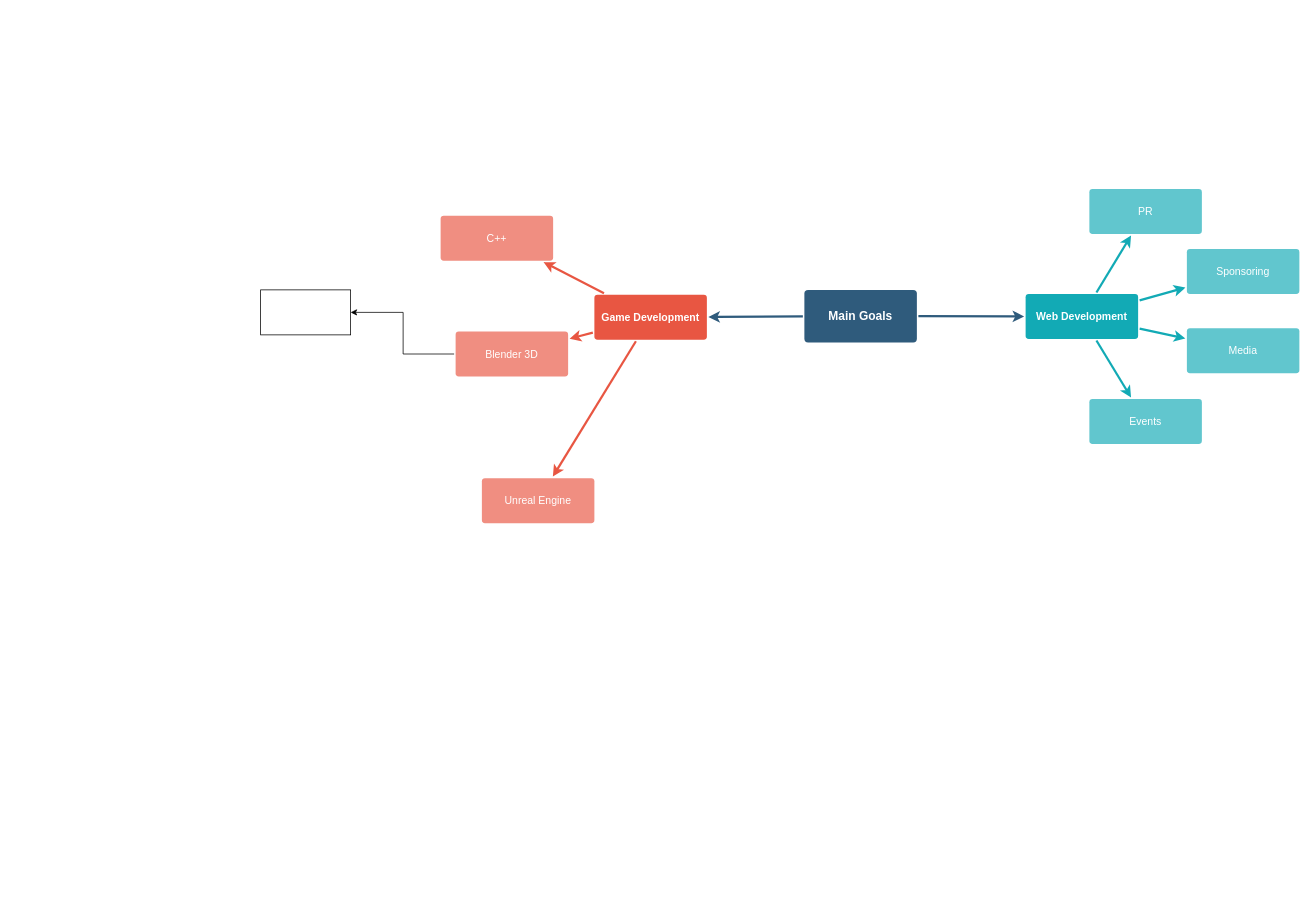
Earlier version of the draw.io diagram Untitled Diagram.drawio (NaufalKusumo/Unreal-Engine). Source tidied: cells renumbered, new cells numbered last; positions are measured from the earlier drawing's top-left corner, leaving out a move shared by most shapes. Both pictures are drawn from the tidied source at 75%, with x=0, y=0 at pixel (260, 188).
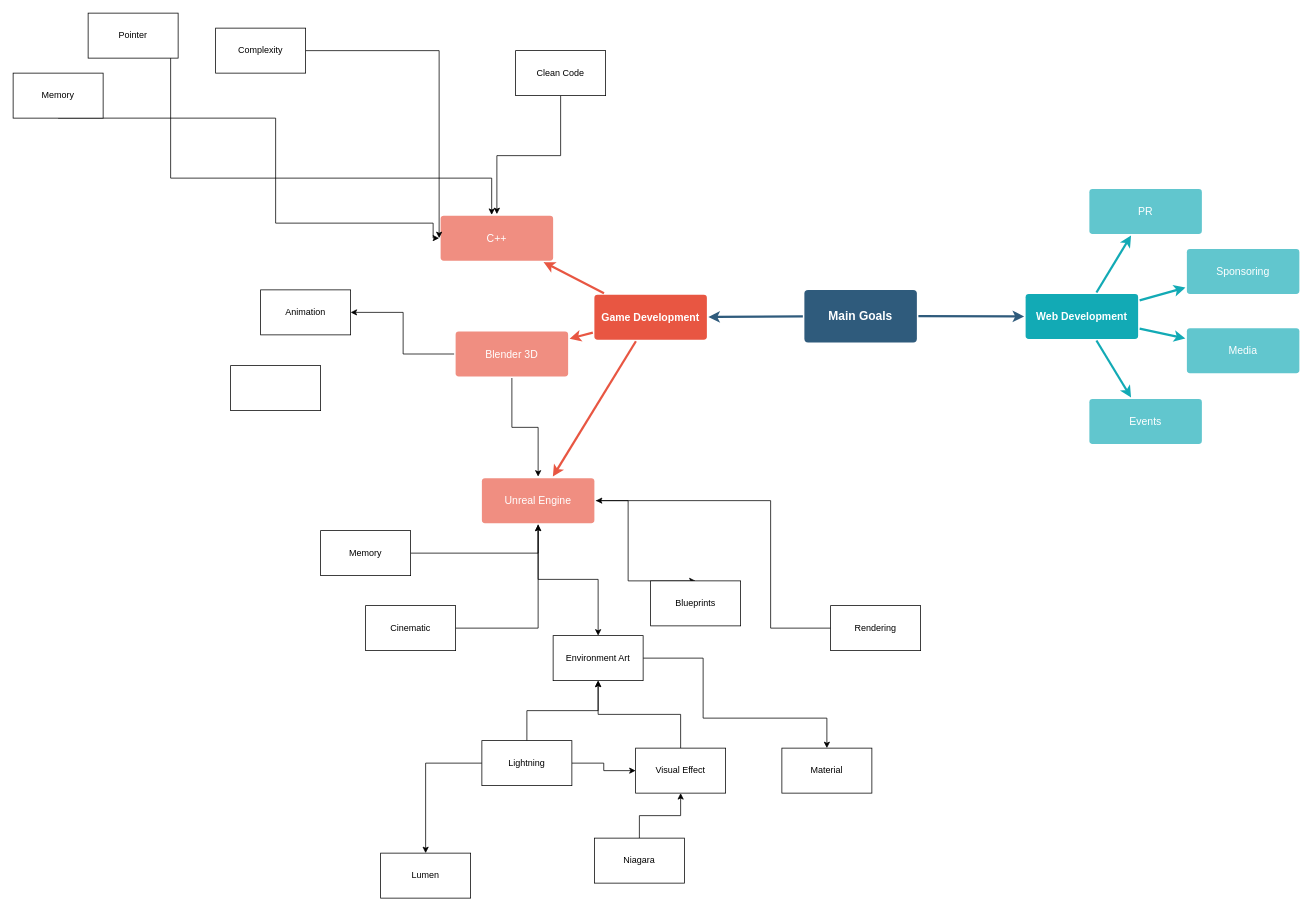
Above is the later version.

Unchanged cells that the change refers to:
```xml
<mxCell id="9" value="Unreal Engine" style="rounded=1;whiteSpace=wrap;html=1;shadow=0;labelBackgroundColor=none;strokeColor=none;strokeWidth=3;fillColor=#f08e81;fontFamily=Helvetica;fontSize=14;fontColor=#FFFFFF;align=center;spacing=5;fontStyle=0;arcSize=7;perimeterSpacing=2;" parent="1" vertex="1">
  <mxGeometry x="295" y="386" width="150" height="60" as="geometry" />
</mxCell>
<mxCell id="11" value="Blender 3D" style="rounded=1;whiteSpace=wrap;html=1;shadow=0;labelBackgroundColor=none;strokeColor=none;strokeWidth=3;fillColor=#f08e81;fontFamily=Helvetica;fontSize=14;fontColor=#FFFFFF;align=center;spacing=5;fontStyle=0;arcSize=7;perimeterSpacing=2;" parent="1" vertex="1">
  <mxGeometry x="260" y="190.5" width="150" height="60" as="geometry" />
</mxCell>
<mxCell id="12" value="C++" style="rounded=1;whiteSpace=wrap;html=1;shadow=0;labelBackgroundColor=none;strokeColor=none;strokeWidth=3;fillColor=#f08e81;fontFamily=Helvetica;fontSize=14;fontColor=#FFFFFF;align=center;spacing=5;fontStyle=0;arcSize=7;perimeterSpacing=2;" parent="1" vertex="1">
  <mxGeometry x="240" y="36" width="150" height="60" as="geometry" />
</mxCell>
```

Diff of the diagram source:
```diff
@@
+    <mxCell id="23" style="edgeStyle=orthogonalEdgeStyle;rounded=0;jettySize=auto;html=1;entryX=0.5;entryY=0;entryDx=0;entryDy=0;" parent="1" edge="1" source="9" target="27">
+      <mxGeometry relative="1" as="geometry" />
+    </mxCell>
+    <mxCell id="24" style="edgeStyle=orthogonalEdgeStyle;rounded=0;jettySize=auto;html=1;entryX=0.5;entryY=0;entryDx=0;entryDy=0;" parent="1" edge="1" source="9" target="51">
+      <mxGeometry relative="1" as="geometry">
+        <Array as="points">
+          <mxPoint x="490" y="416" />
+          <mxPoint x="490" y="523" />
+        </Array>
+      </mxGeometry>
+    </mxCell>
@@
+    <mxCell id="25" style="edgeStyle=orthogonalEdgeStyle;rounded=0;jettySize=auto;html=1;entryX=0.5;entryY=0;entryDx=0;entryDy=0;" parent="1" edge="1" source="11" target="9">
+      <mxGeometry relative="1" as="geometry" />
+    </mxCell>
@@
-    <mxCell id="22" style="rounded=0;whiteSpace=wrap;html=1;" parent="1" vertex="1">
+    <mxCell id="22" value="Animation" style="rounded=0;whiteSpace=wrap;html=1;" parent="1" vertex="1">
       <mxGeometry y="135" width="120" height="60" as="geometry" />
     </mxCell>
+    <mxCell id="26" style="edgeStyle=orthogonalEdgeStyle;rounded=0;jettySize=auto;html=1;entryX=0.5;entryY=0;entryDx=0;entryDy=0;" parent="1" edge="1" source="27" target="50">
+      <mxGeometry relative="1" as="geometry">
+        <Array as="points">
+          <mxPoint x="590" y="626" />
+          <mxPoint x="590" y="706" />
+          <mxPoint x="755" y="706" />
+        </Array>
+      </mxGeometry>
+    </mxCell>
+    <mxCell id="27" value="Environment Art" style="rounded=0;whiteSpace=wrap;html=1;" parent="1" vertex="1">
+      <mxGeometry x="390" y="596" width="120" height="60" as="geometry" />
+    </mxCell>
+    <mxCell id="28" style="edgeStyle=orthogonalEdgeStyle;rounded=0;jettySize=auto;html=1;entryX=0.5;entryY=1;entryDx=0;entryDy=0;" parent="1" edge="1" source="29" target="9">
+      <mxGeometry relative="1" as="geometry" />
+    </mxCell>
+    <mxCell id="29" value="Cinematic" style="rounded=0;whiteSpace=wrap;html=1;" parent="1" vertex="1">
+      <mxGeometry x="140" y="556" width="120" height="60" as="geometry" />
+    </mxCell>
+    <mxCell id="30" style="edgeStyle=orthogonalEdgeStyle;rounded=0;jettySize=auto;html=1;" parent="1" edge="1" source="31" target="9">
+      <mxGeometry relative="1" as="geometry" />
+    </mxCell>
+    <mxCell id="31" value="Memory" style="rounded=0;whiteSpace=wrap;html=1;" parent="1" vertex="1">
+      <mxGeometry x="80" y="456" width="120" height="60" as="geometry" />
+    </mxCell>
+    <mxCell id="32" style="edgeStyle=orthogonalEdgeStyle;rounded=0;jettySize=auto;html=1;exitX=0.5;exitY=1;exitDx=0;exitDy=0;entryX=0;entryY=0.5;entryDx=0;entryDy=0;" parent="1" edge="1" source="33" target="12">
+      <mxGeometry relative="1" as="geometry">
+        <Array as="points">
+          <mxPoint x="20" y="-94" />
+          <mxPoint x="20" y="46" />
+          <mxPoint x="230" y="46" />
+          <mxPoint x="230" y="66" />
+        </Array>
+      </mxGeometry>
+    </mxCell>
+    <mxCell id="33" value="Memory" style="rounded=0;whiteSpace=wrap;html=1;" parent="1" vertex="1">
+      <mxGeometry x="-330" y="-154" width="120" height="60" as="geometry" />
+    </mxCell>
+    <mxCell id="34" value="Pointer" style="rounded=0;whiteSpace=wrap;html=1;" parent="1" vertex="1">
+      <mxGeometry x="-230" y="-234" width="120" height="60" as="geometry" />
+    </mxCell>
+    <mxCell id="35" style="edgeStyle=orthogonalEdgeStyle;rounded=0;jettySize=auto;html=1;entryX=0.455;entryY=0.016;entryDx=0;entryDy=0;entryPerimeter=0;" parent="1" edge="1" source="34" target="12">
+      <mxGeometry relative="1" as="geometry">
+        <Array as="points">
+          <mxPoint x="-120" y="-14" />
+          <mxPoint x="308" y="-14" />
+        </Array>
+      </mxGeometry>
+    </mxCell>
+    <mxCell id="36" style="edgeStyle=orthogonalEdgeStyle;rounded=0;jettySize=auto;html=1;entryX=0.5;entryY=1;entryDx=0;entryDy=0;" parent="1" edge="1" source="39" target="27">
+      <mxGeometry relative="1" as="geometry" />
+    </mxCell>
+    <mxCell id="37" style="edgeStyle=orthogonalEdgeStyle;rounded=0;jettySize=auto;html=1;entryX=0;entryY=0.5;entryDx=0;entryDy=0;" parent="1" edge="1" source="39" target="43">
+      <mxGeometry relative="1" as="geometry" />
+    </mxCell>
+    <mxCell id="38" style="edgeStyle=orthogonalEdgeStyle;rounded=0;jettySize=auto;html=1;entryX=0.5;entryY=0;entryDx=0;entryDy=0;" parent="1" edge="1" source="39" target="41">
+      <mxGeometry relative="1" as="geometry" />
+    </mxCell>
+    <mxCell id="39" value="Lightning" style="rounded=0;whiteSpace=wrap;html=1;" parent="1" vertex="1">
+      <mxGeometry x="295" y="736" width="120" height="60" as="geometry" />
+    </mxCell>
+    <mxCell id="40" style="rounded=0;whiteSpace=wrap;html=1;" parent="1" vertex="1">
+      <mxGeometry x="-40" y="236" width="120" height="60" as="geometry" />
+    </mxCell>
+    <mxCell id="41" value="Lumen" style="rounded=0;whiteSpace=wrap;html=1;" parent="1" vertex="1">
+      <mxGeometry x="160" y="886" width="120" height="60" as="geometry" />
+    </mxCell>
+    <mxCell id="42" style="edgeStyle=orthogonalEdgeStyle;rounded=0;jettySize=auto;html=1;entryX=0.5;entryY=1;entryDx=0;entryDy=0;" parent="1" edge="1" source="43" target="27">
+      <mxGeometry relative="1" as="geometry" />
+    </mxCell>
+    <mxCell id="43" value="Visual Effect" style="rounded=0;whiteSpace=wrap;html=1;" parent="1" vertex="1">
+      <mxGeometry x="500" y="746" width="120" height="60" as="geometry" />
+    </mxCell>
+    <mxCell id="44" style="edgeStyle=orthogonalEdgeStyle;rounded=0;jettySize=auto;html=1;entryX=0.5;entryY=0;entryDx=0;entryDy=0;" parent="1" edge="1" source="45" target="12">
+      <mxGeometry relative="1" as="geometry" />
+    </mxCell>
+    <mxCell id="45" value="Clean Code" style="rounded=0;whiteSpace=wrap;html=1;" parent="1" vertex="1">
+      <mxGeometry x="340" y="-184" width="120" height="60" as="geometry" />
+    </mxCell>
+    <mxCell id="46" style="edgeStyle=orthogonalEdgeStyle;rounded=0;jettySize=auto;html=1;entryX=0;entryY=0.5;entryDx=0;entryDy=0;" parent="1" edge="1" source="47" target="12">
+      <mxGeometry relative="1" as="geometry" />
+    </mxCell>
+    <mxCell id="47" value="Complexity" style="rounded=0;whiteSpace=wrap;html=1;" parent="1" vertex="1">
+      <mxGeometry x="-60" y="-214" width="120" height="60" as="geometry" />
+    </mxCell>
+    <mxCell id="48" style="edgeStyle=orthogonalEdgeStyle;rounded=0;jettySize=auto;html=1;entryX=0.5;entryY=1;entryDx=0;entryDy=0;" parent="1" edge="1" source="49" target="43">
+      <mxGeometry relative="1" as="geometry" />
+    </mxCell>
+    <mxCell id="49" value="Niagara" style="rounded=0;whiteSpace=wrap;html=1;" parent="1" vertex="1">
+      <mxGeometry x="445" y="866" width="120" height="60" as="geometry" />
+    </mxCell>
+    <mxCell id="50" value="Material" style="rounded=0;whiteSpace=wrap;html=1;" parent="1" vertex="1">
+      <mxGeometry x="695" y="746" width="120" height="60" as="geometry" />
+    </mxCell>
+    <mxCell id="51" value="Blueprints" style="rounded=0;whiteSpace=wrap;html=1;" parent="1" vertex="1">
+      <mxGeometry x="520" y="523" width="120" height="60" as="geometry" />
+    </mxCell>
+    <mxCell id="52" style="edgeStyle=orthogonalEdgeStyle;rounded=0;jettySize=auto;html=1;entryX=1;entryY=0.5;entryDx=0;entryDy=0;" parent="1" edge="1" source="53" target="9">
+      <mxGeometry relative="1" as="geometry">
+        <Array as="points">
+          <mxPoint x="680" y="586" />
+          <mxPoint x="680" y="416" />
+        </Array>
+      </mxGeometry>
+    </mxCell>
+    <mxCell id="53" value="Rendering" style="rounded=0;whiteSpace=wrap;html=1;" parent="1" vertex="1">
+      <mxGeometry x="760" y="556" width="120" height="60" as="geometry" />
+    </mxCell>
```
